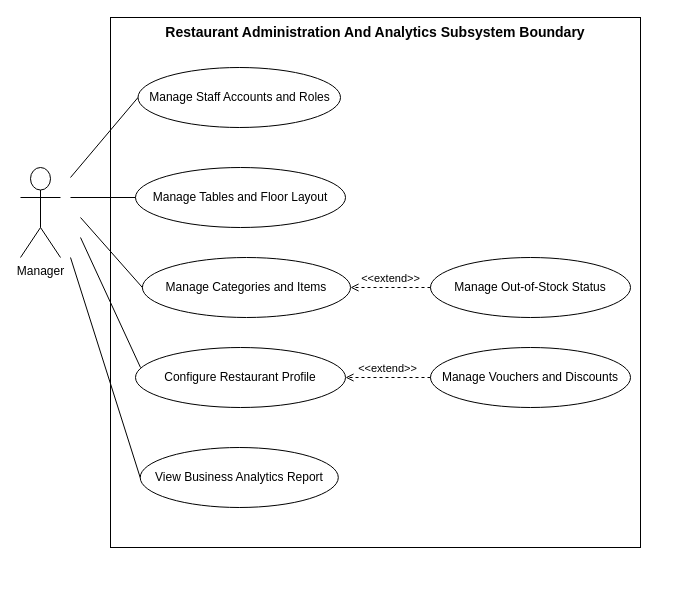
GROUP6-ROMS/Restaurant-Ordering-Management-System-ROMS keeps this draw.io diagram as drawio/RestaurantManage.drawio. Above is the earlier version. Source tidied: cells renumbered, new cells numbered last; positions are measured from the earlier drawing's top-left corner, leaving out a move shared by most shapes. Both pictures are drawn from the tidied source at 100%, with x=0, y=0 at pixel (20, 17).
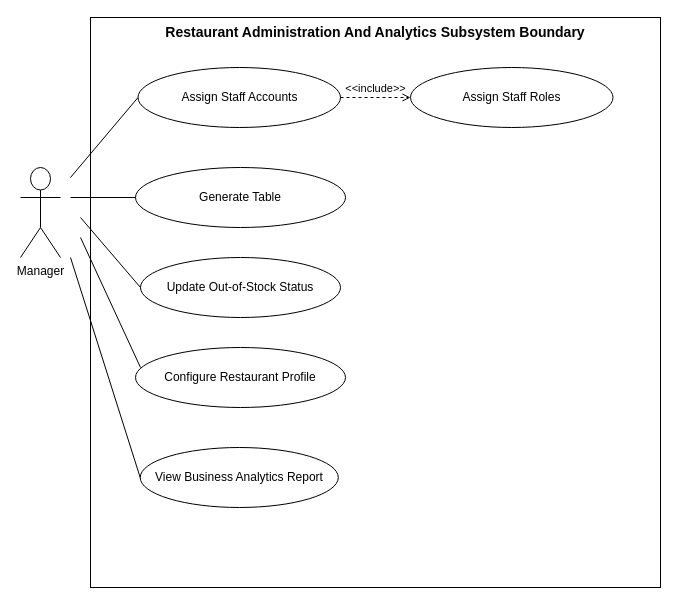
After the change.

Unchanged cells that the change refers to:
```xml
<mxCell id="7" value="Configure Restaurant Profile" style="ellipse;whiteSpace=wrap;html=1;" parent="1" vertex="1">
  <mxGeometry x="115" y="330" width="210" height="60" as="geometry" />
</mxCell>
```

Change to the diagram source:
```diff
@@
     <mxCell id="2" style="whiteSpace=wrap;html=1;" parent="1" vertex="1">
-      <mxGeometry x="90" width="530" height="530" as="geometry" />
+      <mxGeometry x="70" width="570" height="570" as="geometry" />
     </mxCell>
@@
-    <mxCell id="4" value="Manage Staff Accounts and Roles" style="ellipse;whiteSpace=wrap;html=1;" parent="1" vertex="1">
+    <mxCell id="4" value="Assign Staff Accounts" style="ellipse;whiteSpace=wrap;html=1;" parent="1" vertex="1">
       <mxGeometry x="117.5" y="50" width="202.5" height="60" as="geometry" />
     </mxCell>
-    <mxCell id="5" value="Manage Tables and Floor Layout" style="ellipse;whiteSpace=wrap;html=1;" parent="1" vertex="1">
+    <mxCell id="5" value="Generate Table" style="ellipse;whiteSpace=wrap;html=1;" parent="1" vertex="1">
       <mxGeometry x="115" y="150" width="210" height="60" as="geometry" />
     </mxCell>
-    <mxCell id="6" value="Manage Categories and Items" style="ellipse;whiteSpace=wrap;html=1;" parent="1" vertex="1">
-      <mxGeometry x="121.9" y="240" width="208.1" height="60" as="geometry" />
-    </mxCell>
@@
-    <mxCell id="8" value="Manage Out-of-Stock Status" style="ellipse;whiteSpace=wrap;html=1;" parent="1" vertex="1">
-      <mxGeometry x="410" y="240" width="200" height="60" as="geometry" />
+    <mxCell id="8" value="Update Out-of-Stock Status" style="ellipse;whiteSpace=wrap;html=1;" parent="1" vertex="1">
+      <mxGeometry x="120" y="240" width="200" height="60" as="geometry" />
     </mxCell>
-    <mxCell id="9" value="Manage Vouchers and Discounts" style="ellipse;whiteSpace=wrap;html=1;" parent="1" vertex="1">
-      <mxGeometry x="410" y="330" width="200" height="60" as="geometry" />
-    </mxCell>
@@
-    <mxCell id="12" value="&amp;lt;&amp;lt;extend&amp;gt;&amp;gt;" style="html=1;verticalAlign=bottom;labelBackgroundColor=none;endArrow=open;endFill=0;dashed=1;rounded=0;entryX=1;entryY=0.5;entryDx=0;entryDy=0;exitX=0;exitY=0.5;exitDx=0;exitDy=0;" parent="1" edge="1" source="8" target="6">
-      <mxGeometry relative="1" as="geometry" />
-    </mxCell>
-    <mxCell id="13" value="&amp;lt;&amp;lt;extend&amp;gt;&amp;gt;" style="html=1;verticalAlign=bottom;labelBackgroundColor=none;endArrow=open;endFill=0;dashed=1;rounded=0;entryX=1;entryY=0.5;entryDx=0;entryDy=0;exitX=0;exitY=0.5;exitDx=0;exitDy=0;" parent="1" edge="1" source="9" target="7">
-      <mxGeometry relative="1" as="geometry" />
-    </mxCell>
@@
-    <mxCell id="16" style="endArrow=none;html=1;rounded=0;entryX=0;entryY=0.5;entryDx=0;entryDy=0;" parent="1" edge="1" target="6">
+    <mxCell id="16" style="endArrow=none;html=1;rounded=0;entryX=0;entryY=0.5;entryDx=0;entryDy=0;" parent="1" edge="1" target="8">
       <mxGeometry relative="1" as="geometry">
         <mxPoint x="60" y="200" as="sourcePoint" />
       </mxGeometry>
     </mxCell>
@@
+    <mxCell id="19" value="Assign Staff Roles" style="ellipse;whiteSpace=wrap;html=1;" parent="1" vertex="1">
+      <mxGeometry x="390" y="50" width="202.5" height="60" as="geometry" />
+    </mxCell>
+    <mxCell id="20" value="&amp;lt;&amp;lt;include&amp;gt;&amp;gt;" style="html=1;verticalAlign=bottom;labelBackgroundColor=none;endArrow=open;endFill=0;dashed=1;rounded=0;exitX=1;exitY=0.5;exitDx=0;exitDy=0;entryX=0;entryY=0.5;entryDx=0;entryDy=0;" parent="1" edge="1" source="4" target="19">
+      <mxGeometry relative="1" as="geometry" />
+    </mxCell>
```
